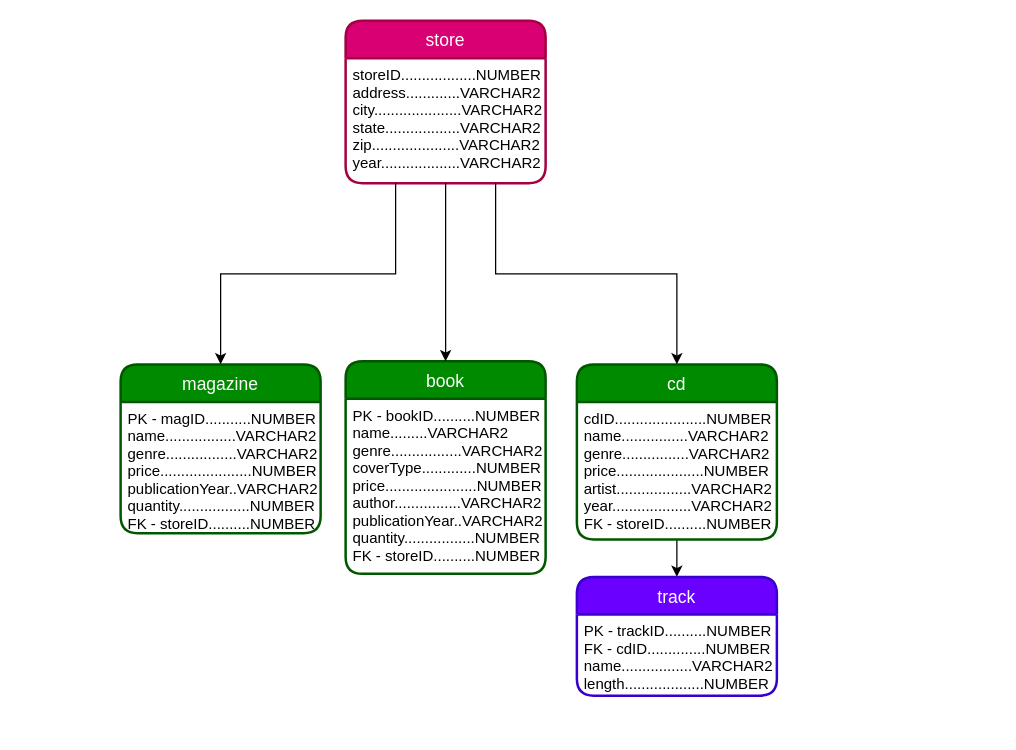
Above: Untitled Diagram.drawio in dustindimarcello/projectone (draw.io), before the change. Source tidied: cells renumbered, new cells numbered last; positions are measured from the earlier drawing's top-left corner, leaving out a move shared by most shapes. Both pictures are drawn from the tidied source at 125%, with x=0, y=0 at pixel (120, 20).
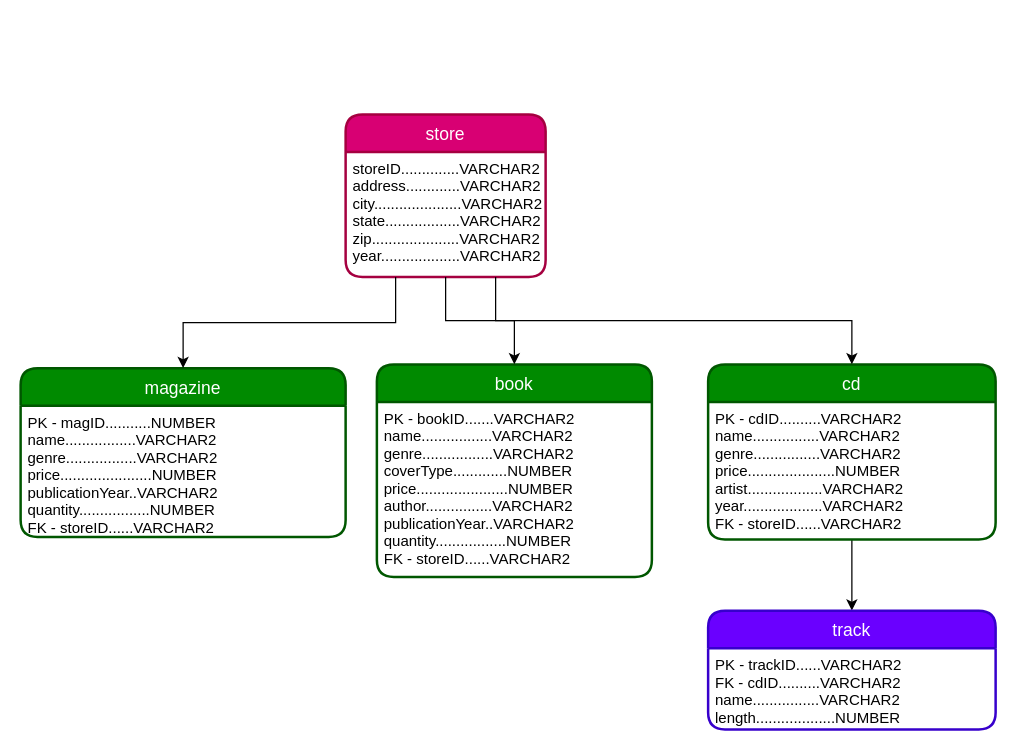
The same page after the edit.

Diff of the diagram source:
```diff
@@
 <mxGraphModel>
   <root>
     <mxCell id="0" />
     <mxCell id="1" parent="0" />
     <mxCell id="2" value="book" style="swimlane;horizontal=1;startSize=30;fillColor=#008a00;fontColor=#ffffff;rounded=1;fontSize=14;fontStyle=0;strokeWidth=2;shadow=0;dashed=0;align=center;glass=0;comic=0;strokeColor=#005700;" parent="1" vertex="1">
-      <mxGeometry x="180" y="272.5" width="160" height="170" as="geometry" />
+      <mxGeometry x="205" y="275" width="220" height="170" as="geometry" />
     </mxCell>
-    <mxCell id="3" value="PK - bookID..........NUMBER&#10;name.........VARCHAR2&#10;genre.................VARCHAR2&#10;coverType.............NUMBER&#10;price......................NUMBER&#10;author................VARCHAR2&#10;publicationYear..VARCHAR2&#10;quantity.................NUMBER&#10;FK - storeID..........NUMBER&#10;" style="align=left;strokeColor=none;fillColor=none;spacingLeft=4;fontSize=12;verticalAlign=top;" parent="2" vertex="1">
-      <mxGeometry y="30" width="160" height="140" as="geometry" />
+    <mxCell id="3" value="PK - bookID.......VARCHAR2&#10;name.................VARCHAR2&#10;genre.................VARCHAR2&#10;coverType.............NUMBER&#10;price......................NUMBER&#10;author................VARCHAR2&#10;publicationYear..VARCHAR2&#10;quantity.................NUMBER&#10;FK - storeID......VARCHAR2&#10;" style="align=left;strokeColor=none;fillColor=none;spacingLeft=4;fontSize=12;verticalAlign=top;" parent="2" vertex="1">
+      <mxGeometry y="30" width="220" height="140" as="geometry" />
     </mxCell>
     <mxCell id="4" style="edgeStyle=orthogonalEdgeStyle;rounded=0;jettySize=auto;html=1;" parent="1" edge="1" source="5" target="7">
       <mxGeometry relative="1" as="geometry" />
     </mxCell>
     <mxCell id="5" value="cd" style="swimlane;horizontal=1;startSize=30;fillColor=#008a00;fontColor=#ffffff;rounded=1;fontSize=14;fontStyle=0;strokeWidth=2;shadow=0;dashed=0;align=center;glass=0;comic=0;strokeColor=#005700;" parent="1" vertex="1">
-      <mxGeometry x="365" y="275" width="160" height="140" as="geometry" />
+      <mxGeometry x="470" y="275" width="230" height="140" as="geometry" />
     </mxCell>
-    <mxCell id="6" value="cdID......................NUMBER&#10;name................VARCHAR2&#10;genre................VARCHAR2&#10;price.....................NUMBER&#10;artist..................VARCHAR2&#10;year...................VARCHAR2&#10;FK - storeID..........NUMBER&#10;&#10;" style="align=left;strokeColor=none;fillColor=none;spacingLeft=4;fontSize=12;verticalAlign=top;" parent="5" vertex="1">
-      <mxGeometry y="30" width="160" height="110" as="geometry" />
+    <mxCell id="6" value="PK - cdID..........VARCHAR2&#10;name................VARCHAR2&#10;genre................VARCHAR2&#10;price.....................NUMBER&#10;artist..................VARCHAR2&#10;year...................VARCHAR2&#10;FK - storeID......VARCHAR2&#10;&#10;" style="align=left;strokeColor=none;fillColor=none;spacingLeft=4;fontSize=12;verticalAlign=top;" parent="5" vertex="1">
+      <mxGeometry y="30" width="230" height="110" as="geometry" />
     </mxCell>
     <mxCell id="7" value="track" style="swimlane;horizontal=1;startSize=30;fillColor=#6a00ff;fontColor=#ffffff;rounded=1;fontSize=14;fontStyle=0;strokeWidth=2;shadow=0;dashed=0;align=center;glass=0;comic=0;strokeColor=#3700CC;" parent="1" vertex="1">
-      <mxGeometry x="365" y="445" width="160" height="95" as="geometry" />
+      <mxGeometry x="470" y="472" width="230" height="95" as="geometry" />
     </mxCell>
-    <mxCell id="8" value="PK - trackID..........NUMBER&#10;FK - cdID..............NUMBER&#10;name.................VARCHAR2&#10;length...................NUMBER&#10;" style="align=left;strokeColor=none;fillColor=none;spacingLeft=4;fontSize=12;verticalAlign=top;" parent="7" vertex="1">
-      <mxGeometry y="30" width="160" height="65" as="geometry" />
+    <mxCell id="8" value="PK - trackID......VARCHAR2&#10;FK - cdID..........VARCHAR2&#10;name................VARCHAR2&#10;length...................NUMBER&#10;" style="align=left;strokeColor=none;fillColor=none;spacingLeft=4;fontSize=12;verticalAlign=top;" parent="7" vertex="1">
+      <mxGeometry y="30" width="230" height="65" as="geometry" />
     </mxCell>
     <mxCell id="9" value="store" style="swimlane;horizontal=1;startSize=30;fillColor=#d80073;fontColor=#ffffff;rounded=1;fontSize=14;fontStyle=0;strokeWidth=2;shadow=0;dashed=0;align=center;glass=0;comic=0;strokeColor=#A50040;" parent="1" vertex="1">
-      <mxGeometry x="180" width="160" height="130" as="geometry" />
+      <mxGeometry x="180" y="75" width="160" height="130" as="geometry" />
     </mxCell>
-    <mxCell id="10" value="storeID..................NUMBER&#10;address.............VARCHAR2&#10;city.....................VARCHAR2&#10;state..................VARCHAR2&#10;zip.....................VARCHAR2&#10;year...................VARCHAR2&#10;" style="align=left;strokeColor=none;fillColor=none;spacingLeft=4;fontSize=12;verticalAlign=top;" parent="9" vertex="1">
+    <mxCell id="10" value="storeID..............VARCHAR2&#10;address.............VARCHAR2&#10;city.....................VARCHAR2&#10;state..................VARCHAR2&#10;zip.....................VARCHAR2&#10;year...................VARCHAR2&#10;" style="align=left;strokeColor=none;fillColor=none;spacingLeft=4;fontSize=12;verticalAlign=top;" parent="9" vertex="1">
       <mxGeometry y="30" width="160" height="100" as="geometry" />
     </mxCell>
     <mxCell id="11" value="magazine" style="swimlane;horizontal=1;startSize=30;fillColor=#008a00;fontColor=#ffffff;rounded=1;fontSize=14;fontStyle=0;strokeWidth=2;shadow=0;dashed=0;align=center;glass=0;comic=0;strokeColor=#005700;" parent="1" vertex="1">
-      <mxGeometry y="275" width="160" height="135" as="geometry" />
+      <mxGeometry x="-80" y="278" width="260" height="135" as="geometry" />
     </mxCell>
-    <mxCell id="12" value="PK - magID...........NUMBER&#10;name.................VARCHAR2&#10;genre.................VARCHAR2&#10;price......................NUMBER&#10;publicationYear..VARCHAR2&#10;quantity.................NUMBER&#10;FK - storeID..........NUMBER&#10;" style="align=left;strokeColor=none;fillColor=none;spacingLeft=4;fontSize=12;verticalAlign=top;" parent="11" vertex="1">
-      <mxGeometry y="30" width="160" height="105" as="geometry" />
+    <mxCell id="12" value="PK - magID...........NUMBER&#10;name.................VARCHAR2&#10;genre.................VARCHAR2&#10;price......................NUMBER&#10;publicationYear..VARCHAR2&#10;quantity.................NUMBER&#10;FK - storeID......VARCHAR2&#10;" style="align=left;strokeColor=none;fillColor=none;spacingLeft=4;fontSize=12;verticalAlign=top;" parent="11" vertex="1">
+      <mxGeometry y="30" width="260" height="105" as="geometry" />
     </mxCell>
     <mxCell id="13" style="edgeStyle=orthogonalEdgeStyle;rounded=0;jettySize=auto;html=1;exitX=0.25;exitY=1;exitDx=0;exitDy=0;" parent="1" edge="1" source="10" target="11">
       <mxGeometry relative="1" as="geometry" />
     </mxCell>
     <mxCell id="14" style="edgeStyle=orthogonalEdgeStyle;rounded=0;jettySize=auto;html=1;exitX=0.5;exitY=1;exitDx=0;exitDy=0;entryX=0.5;entryY=0;entryDx=0;entryDy=0;" parent="1" edge="1" source="10" target="2">
       <mxGeometry relative="1" as="geometry" />
     </mxCell>
     <mxCell id="15" style="edgeStyle=orthogonalEdgeStyle;rounded=0;jettySize=auto;html=1;exitX=0.75;exitY=1;exitDx=0;exitDy=0;entryX=0.5;entryY=0;entryDx=0;entryDy=0;" parent="1" edge="1" source="10" target="5">
       <mxGeometry relative="1" as="geometry" />
     </mxCell>
   </root>
 </mxGraphModel>
```
